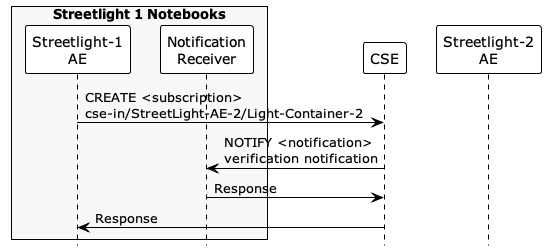
Earlier version of the PlantUML export images/06/create_subscription.png (ankraft/onem2m-jupyter-notebooks).
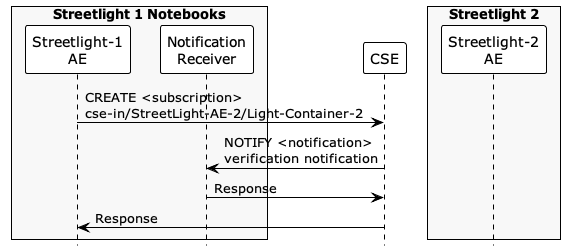
The same diagram one commit later.

Diff of the diagram source:
```diff
@@ -10,8 +10,9 @@
 
 participant "CSE" as CSE
 
+box "Streetlight 2" #f8f8f8
 participant "Streetlight-2\nAE" as AE2
-
+end box
 
 AE1 -> CSE: CREATE <subscription>\ncse-in/StreetLight-AE-2/Light-Container-2
 CSE -> NS: NOTIFY <notification>\nverification notification
```
